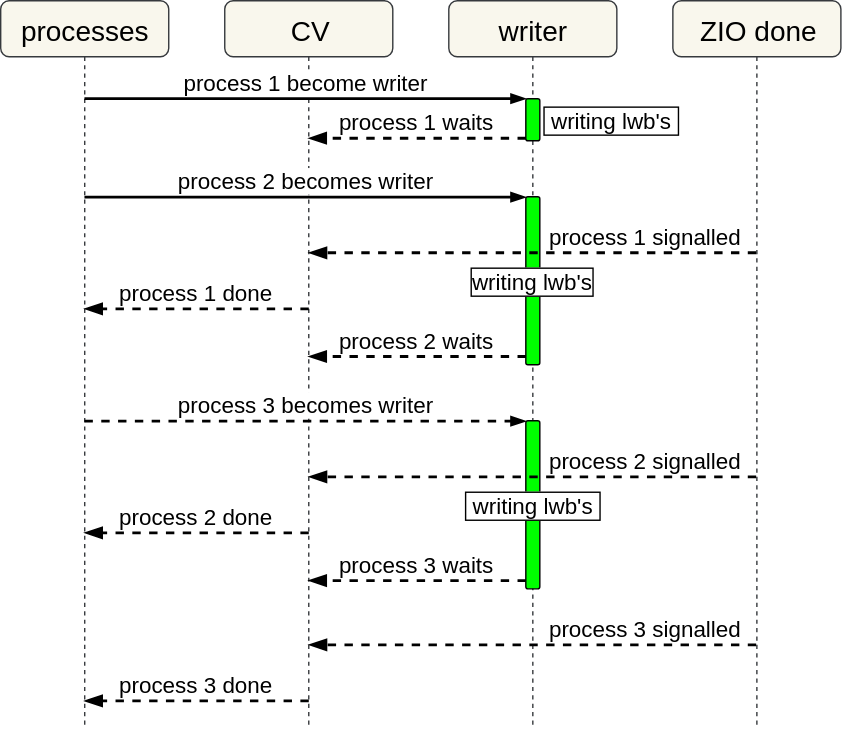
The draw.io diagram static/post/2017-10-24-zil-performance-how-i-doubled-sync-write-speed/waiter-sequence-after-01.svg in prakashsurya/prakashsurya.github.io, before a commit. Source tidied: cells renumbered, new cells last; positions are measured from the earlier drawing's top-left corner, leaving out a move shared by most shapes. Source of this version:
```xml
<mxGraphModel background="#ffffff">
  <root>
    <mxCell id="0" />
    <mxCell id="1" parent="0" />
    <mxCell id="2" value="CV" style="shape=umlLifeline;perimeter=lifelinePerimeter;whiteSpace=wrap;html=1;outlineConnect=0;rounded=1;shadow=0;comic=0;fillColor=#f9f7ed;fontSize=20;strokeColor=#36393d;" parent="1" vertex="1">
      <mxGeometry x="160" width="120" height="520" as="geometry" />
    </mxCell>
    <mxCell id="3" value="processes" style="shape=umlLifeline;perimeter=lifelinePerimeter;whiteSpace=wrap;html=1;outlineConnect=0;rounded=1;shadow=0;comic=0;fillColor=#f9f7ed;fontSize=20;strokeColor=#36393d;" parent="1" vertex="1">
      <mxGeometry width="120" height="520" as="geometry" />
    </mxCell>
    <mxCell id="4" value="writer" style="shape=umlLifeline;perimeter=lifelinePerimeter;whiteSpace=wrap;html=1;rounded=1;shadow=0;comic=0;fillColor=#f9f7ed;fontSize=20;strokeColor=#36393d;" parent="1" vertex="1">
      <mxGeometry x="320" width="120" height="520" as="geometry" />
    </mxCell>
    <mxCell id="5" value="&amp;nbsp;writing lwb's&amp;nbsp;" style="html=1;points=[];perimeter=orthogonalPerimeter;rounded=1;shadow=0;comic=0;labelBackgroundColor=#ffffff;fillColor=#00FF00;fontSize=16;labelPosition=right;verticalLabelPosition=middle;align=left;verticalAlign=middle;labelBorderColor=#000000;" parent="4" vertex="1">
      <mxGeometry x="55" y="70" width="10" height="30" as="geometry" />
    </mxCell>
    <mxCell id="6" value="writing lwb's" style="html=1;points=[];perimeter=orthogonalPerimeter;rounded=1;shadow=0;comic=0;labelBackgroundColor=#ffffff;strokeWidth=1;fillColor=#00FF00;fontSize=16;labelBorderColor=#000000;" parent="4" vertex="1">
      <mxGeometry x="55" y="140" width="10" height="120" as="geometry" />
    </mxCell>
    <mxCell id="7" value="&amp;nbsp;writing lwb's&amp;nbsp;" style="html=1;points=[];perimeter=orthogonalPerimeter;rounded=1;shadow=0;comic=0;labelBackgroundColor=#ffffff;strokeWidth=1;fillColor=#00FF00;fontSize=16;labelBorderColor=#000000;" parent="4" vertex="1">
      <mxGeometry x="55" y="300" width="10" height="120" as="geometry" />
    </mxCell>
    <mxCell id="8" value="process 1 become writer" style="html=1;verticalAlign=bottom;endArrow=blockThin;entryX=0;entryY=0;shadow=0;labelBackgroundColor=#ffffff;strokeWidth=2;fontSize=16;labelPosition=center;verticalLabelPosition=top;align=center;endFill=1;" parent="1" edge="1" source="3" target="5">
      <mxGeometry relative="1" as="geometry" />
    </mxCell>
    <mxCell id="9" value="process 1 waits" style="html=1;verticalAlign=bottom;endArrow=blockThin;dashed=1;endSize=8;exitX=0;exitY=0.95;shadow=0;labelBackgroundColor=#ffffff;strokeWidth=2;fontSize=16;labelPosition=center;verticalLabelPosition=top;align=center;endFill=1;" parent="1" edge="1" source="5" target="2">
      <mxGeometry relative="1" as="geometry" />
    </mxCell>
    <mxCell id="10" value="ZIO done" style="shape=umlLifeline;perimeter=lifelinePerimeter;whiteSpace=wrap;html=1;rounded=1;shadow=0;comic=0;fillColor=#f9f7ed;fontSize=20;strokeColor=#36393d;" parent="1" vertex="1">
      <mxGeometry x="480" width="120" height="520" as="geometry" />
    </mxCell>
    <mxCell id="11" value="process 2 becomes writer" style="html=1;verticalAlign=bottom;endArrow=blockThin;entryX=0;entryY=0;shadow=0;labelBackgroundColor=#ffffff;strokeWidth=2;fontSize=16;endFill=1;" parent="1" edge="1" source="3" target="6">
      <mxGeometry relative="1" as="geometry" />
    </mxCell>
    <mxCell id="12" value="process 2 waits" style="html=1;verticalAlign=bottom;endArrow=blockThin;dashed=1;endSize=8;exitX=0;exitY=0.95;shadow=0;labelBackgroundColor=#ffffff;strokeWidth=2;fontSize=16;endFill=1;" parent="1" edge="1" source="6" target="2">
      <mxGeometry relative="1" as="geometry" />
    </mxCell>
    <mxCell id="13" value="process 1 signalled" style="html=1;verticalAlign=bottom;endArrow=blockThin;dashed=1;endSize=8;shadow=0;labelBackgroundColor=none;strokeWidth=2;fontSize=16;endFill=1;" parent="1" edge="1">
      <mxGeometry x="-0.5" relative="1" as="geometry">
        <mxPoint x="539.5" y="180" as="sourcePoint" />
        <mxPoint x="220" y="180" as="targetPoint" />
      </mxGeometry>
    </mxCell>
    <mxCell id="14" value="process 1 done" style="html=1;verticalAlign=bottom;endArrow=blockThin;dashed=1;endSize=8;shadow=0;labelBackgroundColor=none;strokeWidth=2;fontSize=16;endFill=1;" parent="1" edge="1" target="3">
      <mxGeometry relative="1" as="geometry">
        <mxPoint x="220" y="220" as="sourcePoint" />
      </mxGeometry>
    </mxCell>
    <mxCell id="15" value="process 3 becomes writer" style="html=1;verticalAlign=bottom;endArrow=blockThin;entryX=0;entryY=0;shadow=0;dashed=1;labelBackgroundColor=#ffffff;strokeWidth=2;fontSize=16;endFill=1;" parent="1" edge="1" source="3" target="7">
      <mxGeometry relative="1" as="geometry" />
    </mxCell>
    <mxCell id="16" value="process 3 waits" style="html=1;verticalAlign=bottom;endArrow=blockThin;dashed=1;endSize=8;exitX=0;exitY=0.95;shadow=0;labelBackgroundColor=#ffffff;strokeWidth=2;fontSize=16;endFill=1;" parent="1" edge="1" source="7" target="2">
      <mxGeometry relative="1" as="geometry" />
    </mxCell>
    <mxCell id="17" value="process 2 signalled" style="html=1;verticalAlign=bottom;endArrow=blockThin;dashed=1;endSize=8;shadow=0;labelBackgroundColor=none;strokeWidth=2;fontSize=16;endFill=1;" parent="1" edge="1">
      <mxGeometry x="-0.5" relative="1" as="geometry">
        <mxPoint x="539.5" y="340" as="sourcePoint" />
        <mxPoint x="220" y="340" as="targetPoint" />
      </mxGeometry>
    </mxCell>
    <mxCell id="18" value="process 3 signalled" style="html=1;verticalAlign=bottom;endArrow=blockThin;dashed=1;endSize=8;shadow=0;labelBackgroundColor=none;strokeWidth=2;fontSize=16;endFill=1;" parent="1" edge="1">
      <mxGeometry x="-0.5" relative="1" as="geometry">
        <mxPoint x="539.5" y="460" as="sourcePoint" />
        <mxPoint x="220" y="460" as="targetPoint" />
      </mxGeometry>
    </mxCell>
    <mxCell id="19" value="process 2 done" style="html=1;verticalAlign=bottom;endArrow=blockThin;dashed=1;endSize=8;shadow=0;labelBackgroundColor=none;strokeWidth=2;fontSize=16;endFill=1;" parent="1" edge="1">
      <mxGeometry relative="1" as="geometry">
        <mxPoint x="220" y="380" as="sourcePoint" />
        <mxPoint x="59.8" y="380" as="targetPoint" />
      </mxGeometry>
    </mxCell>
    <mxCell id="20" value="process 3 done" style="html=1;verticalAlign=bottom;endArrow=blockThin;dashed=1;endSize=8;shadow=0;labelBackgroundColor=none;strokeWidth=2;fontSize=16;endFill=1;" parent="1" edge="1">
      <mxGeometry relative="1" as="geometry">
        <mxPoint x="220" y="500" as="sourcePoint" />
        <mxPoint x="59.8" y="500" as="targetPoint" />
      </mxGeometry>
    </mxCell>
  </root>
</mxGraphModel>
```
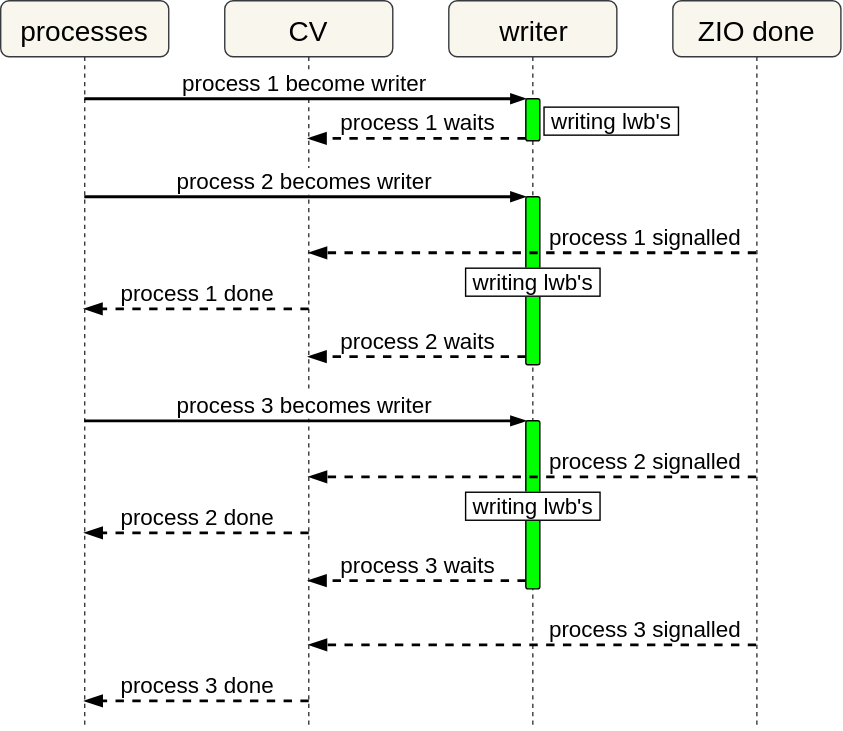
After the commit.

Change to the diagram source:
```diff
@@ -14,7 +14,7 @@
     <mxCell id="5" value="&amp;nbsp;writing lwb's&amp;nbsp;" style="html=1;points=[];perimeter=orthogonalPerimeter;rounded=1;shadow=0;comic=0;labelBackgroundColor=#ffffff;fillColor=#00FF00;fontSize=16;labelPosition=right;verticalLabelPosition=middle;align=left;verticalAlign=middle;labelBorderColor=#000000;" parent="4" vertex="1">
       <mxGeometry x="55" y="70" width="10" height="30" as="geometry" />
     </mxCell>
-    <mxCell id="6" value="writing lwb's" style="html=1;points=[];perimeter=orthogonalPerimeter;rounded=1;shadow=0;comic=0;labelBackgroundColor=#ffffff;strokeWidth=1;fillColor=#00FF00;fontSize=16;labelBorderColor=#000000;" parent="4" vertex="1">
+    <mxCell id="6" value="&amp;nbsp;writing lwb's&amp;nbsp;" style="html=1;points=[];perimeter=orthogonalPerimeter;rounded=1;shadow=0;comic=0;labelBackgroundColor=#ffffff;strokeWidth=1;fillColor=#00FF00;fontSize=16;labelBorderColor=#000000;" parent="4" vertex="1">
       <mxGeometry x="55" y="140" width="10" height="120" as="geometry" />
     </mxCell>
     <mxCell id="7" value="&amp;nbsp;writing lwb's&amp;nbsp;" style="html=1;points=[];perimeter=orthogonalPerimeter;rounded=1;shadow=0;comic=0;labelBackgroundColor=#ffffff;strokeWidth=1;fillColor=#00FF00;fontSize=16;labelBorderColor=#000000;" parent="4" vertex="1">
@@ -46,7 +46,7 @@
         <mxPoint x="220" y="220" as="sourcePoint" />
       </mxGeometry>
     </mxCell>
-    <mxCell id="15" value="process 3 becomes writer" style="html=1;verticalAlign=bottom;endArrow=blockThin;entryX=0;entryY=0;shadow=0;dashed=1;labelBackgroundColor=#ffffff;strokeWidth=2;fontSize=16;endFill=1;" parent="1" edge="1" source="3" target="7">
+    <mxCell id="15" value="process 3 becomes writer" style="html=1;verticalAlign=bottom;endArrow=blockThin;entryX=0;entryY=0;shadow=0;labelBackgroundColor=#ffffff;strokeWidth=2;fontSize=16;endFill=1;" parent="1" edge="1" source="3" target="7">
       <mxGeometry relative="1" as="geometry" />
     </mxCell>
     <mxCell id="16" value="process 3 waits" style="html=1;verticalAlign=bottom;endArrow=blockThin;dashed=1;endSize=8;exitX=0;exitY=0.95;shadow=0;labelBackgroundColor=#ffffff;strokeWidth=2;fontSize=16;endFill=1;" parent="1" edge="1" source="7" target="2">
```
